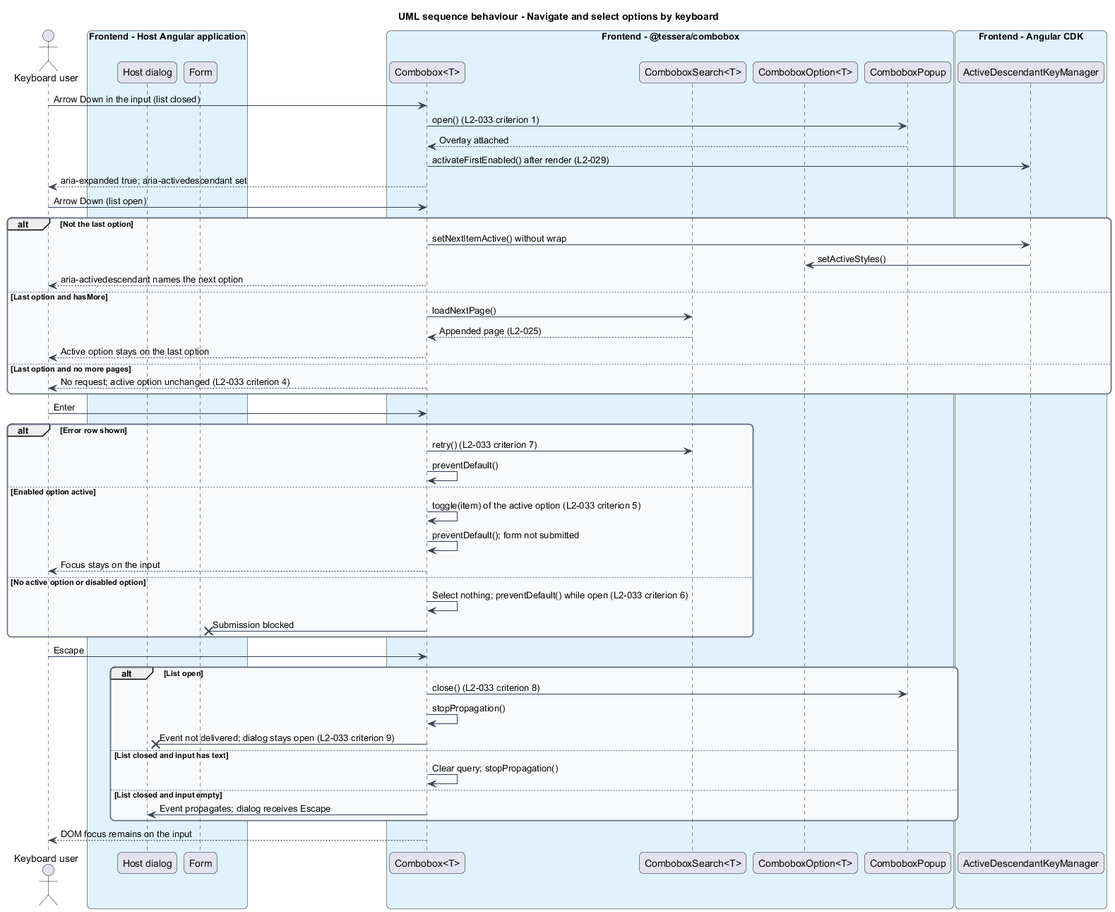
This is docs/detailed-designs/combobox/operate-by-keyboard/diagrams/sequence-navigate-options.png from QuinntyneBrown/Tessera, a PlantUML export, as it was before one commit.
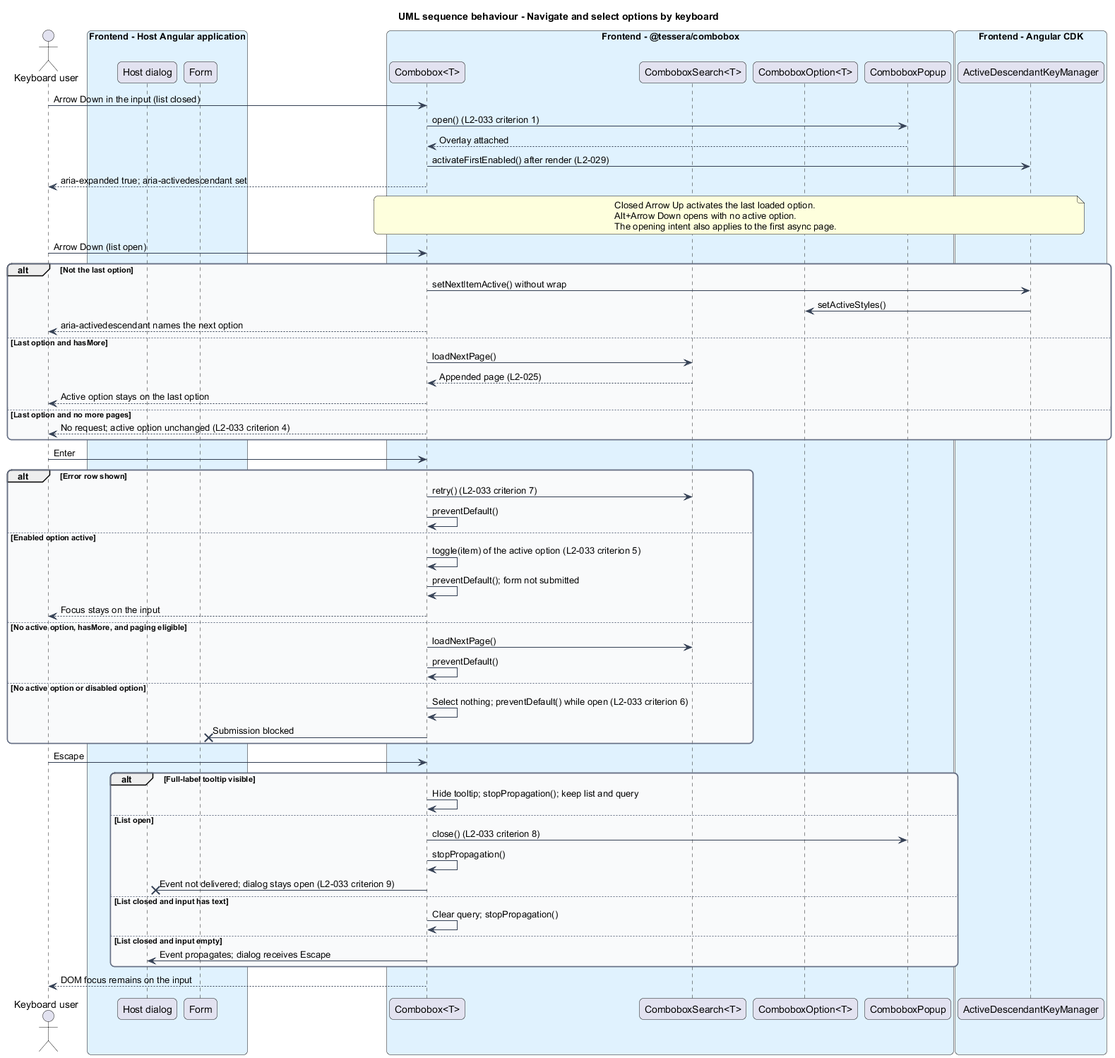
Later version of the same file.

What changed in the source:
```diff
@@ -35,6 +35,12 @@
 combobox -> manager : activateFirstEnabled() after render (L2-029)
 combobox --> user : aria-expanded true; aria-activedescendant set
 
+note over combobox, manager
+  Closed Arrow Up activates the last loaded option.
+  Alt+Arrow Down opens with no active option.
+  The opening intent also applies to the first async page.
+end note
+
 user -> combobox : Arrow Down (list open)
 alt Not the last option
   combobox -> manager : setNextItemActive() without wrap
@@ -56,13 +62,18 @@
   combobox -> combobox : toggle(item) of the active option (L2-033 criterion 5)
   combobox -> combobox : preventDefault(); form not submitted
   combobox --> user : Focus stays on the input
+else No active option, hasMore, and paging eligible
+  combobox -> search : loadNextPage()
+  combobox -> combobox : preventDefault()
 else No active option or disabled option
   combobox -> combobox : Select nothing; preventDefault() while open (L2-033 criterion 6)
   combobox -x form : Submission blocked
 end
 
 user -> combobox : Escape
-alt List open
+alt Full-label tooltip visible
+  combobox -> combobox : Hide tooltip; stopPropagation(); keep list and query
+else List open
   combobox -> popup : close() (L2-033 criterion 8)
   combobox -> combobox : stopPropagation()
   combobox -x dialog : Event not delivered; dialog stays open (L2-033 criterion 9)
```
